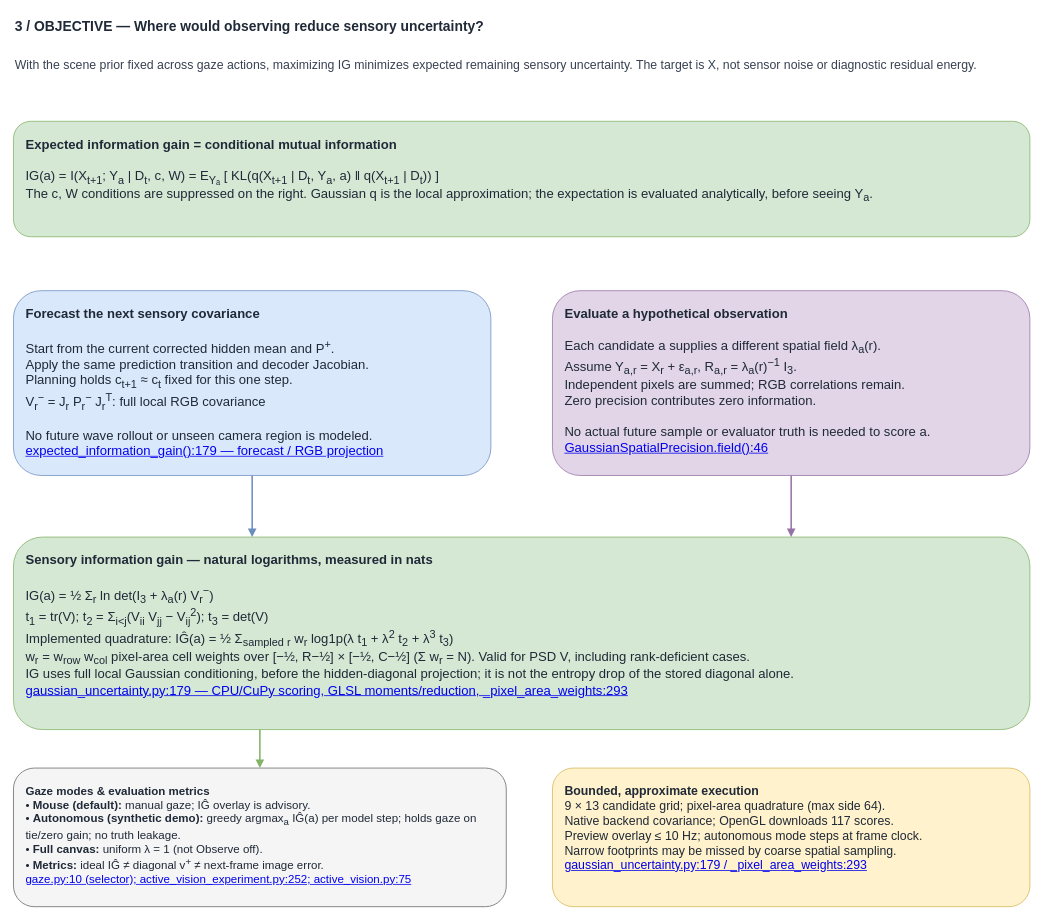
Above: page "3 - Sensory information objective" (3 of 3) of docs/predictive-uncertainty-math.drawio in EternalGoldenBraid/AudioViz (draw.io), before the change. Source tidied: cells renumbered, new cells numbered last; positions are measured from the earlier drawing's top-left corner, leaving out a move shared by most shapes. Both pictures are drawn from the tidied source at 77%, with x=0, y=0 at pixel (13, 13).
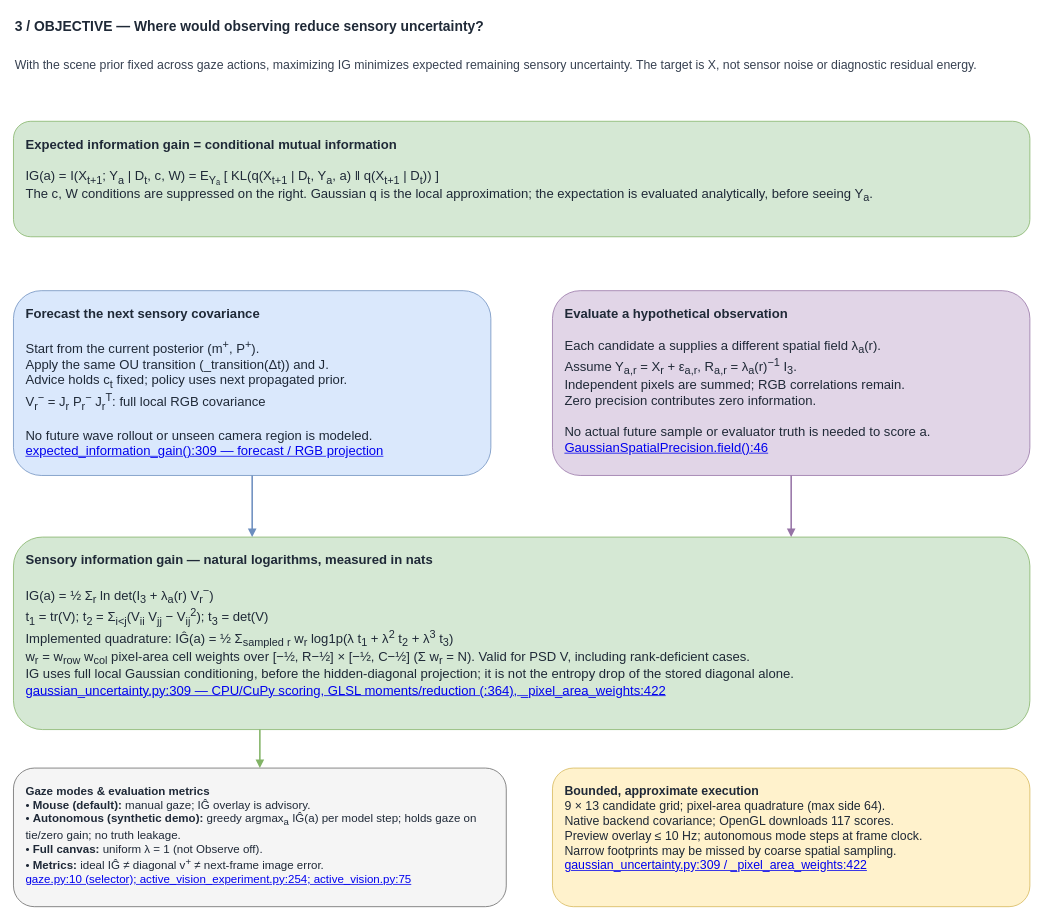
The same diagram, later.

Commit message (it also covers changes not shown here):
Active vision: sync docs and diagram for consistent temporal Gaussian filter

The edit, as a diff of the source:
```diff
@@
 <mxGraphModel background="#ffffff">
   <root>
     <mxCell id="0" />
     <mxCell id="1" parent="0" />
     <mxCell id="2" value="3 / OBJECTIVE — Where would observing reduce sensory uncertainty?" style="text;whiteSpace=wrap;html=1;fontSize=18;fontStyle=1;align=left;fontColor=#1f2937;" parent="1" vertex="1">
       <mxGeometry width="1320" height="40" as="geometry" />
     </mxCell>
     <mxCell id="3" value="With the scene prior fixed across gaze actions, maximizing IG minimizes expected remaining sensory uncertainty. The target is X, not sensor noise or diagnostic residual energy." style="text;whiteSpace=wrap;html=1;fontSize=16;align=left;fontColor=#374151;" parent="1" vertex="1">
       <mxGeometry y="50" width="1320" height="50" as="geometry" />
     </mxCell>
     <mxCell id="4" value="&lt;b&gt;Expected information gain = conditional mutual information&lt;/b&gt;&lt;br&gt;&lt;br&gt;IG(a) = I(X&lt;sub&gt;t+1&lt;/sub&gt;; Y&lt;sub&gt;a&lt;/sub&gt; | D&lt;sub&gt;t&lt;/sub&gt;, c, W) = E&lt;sub&gt;Yₐ&lt;/sub&gt; [ KL(q(X&lt;sub&gt;t+1&lt;/sub&gt; | D&lt;sub&gt;t&lt;/sub&gt;, Y&lt;sub&gt;a&lt;/sub&gt;, a) ‖ q(X&lt;sub&gt;t+1&lt;/sub&gt; | D&lt;sub&gt;t&lt;/sub&gt;)) ]&lt;br&gt;The c, W conditions are suppressed on the right. Gaussian q is the local approximation; the expectation is evaluated analytically, before seeing Y&lt;sub&gt;a&lt;/sub&gt;." style="rounded=1;whiteSpace=wrap;html=1;fillColor=#d5e8d4;strokeColor=#82b366;fontColor=#1f2937;fontSize=17;align=left;verticalAlign=top;spacing=16;" parent="1" vertex="1">
       <mxGeometry y="140" width="1320" height="150" as="geometry" />
     </mxCell>
-    <mxCell id="5" value="&lt;b&gt;Forecast the next sensory covariance&lt;/b&gt;&lt;br&gt;&lt;br&gt;Start from the current corrected hidden mean and P&lt;sup&gt;+&lt;/sup&gt;.&lt;br&gt;Apply the same prediction transition and decoder Jacobian.&lt;br&gt;Planning holds c&lt;sub&gt;t+1&lt;/sub&gt; ≈ c&lt;sub&gt;t&lt;/sub&gt; fixed for this one step.&lt;br&gt;V&lt;sub&gt;r&lt;/sub&gt;&lt;sup&gt;−&lt;/sup&gt; = J&lt;sub&gt;r&lt;/sub&gt; P&lt;sub&gt;r&lt;/sub&gt;&lt;sup&gt;−&lt;/sup&gt; J&lt;sub&gt;r&lt;/sub&gt;&lt;sup&gt;T&lt;/sup&gt;: full local RGB covariance&lt;br&gt;&lt;br&gt;No future wave rollout or unseen camera region is modeled.&lt;br&gt;&lt;a href=&quot;vscode://file/home/nicklas/Projects/AudioViz/src/audioviz/readouts/gaussian_uncertainty.py:179:1&quot;&gt;expected_information_gain():179 — forecast / RGB projection&lt;/a&gt;" style="rounded=1;whiteSpace=wrap;html=1;fillColor=#dae8fc;strokeColor=#6c8ebf;fontColor=#1f2937;fontSize=17;align=left;verticalAlign=top;spacing=16;" parent="1" vertex="1">
+    <mxCell id="5" value="&lt;b&gt;Forecast the next sensory covariance&lt;/b&gt;&lt;br&gt;&lt;br&gt;Start from the current posterior (m&lt;sup&gt;+&lt;/sup&gt;, P&lt;sup&gt;+&lt;/sup&gt;).&lt;br&gt;Apply the same OU transition (_transition(Δt)) and J.&lt;br&gt;Advice holds c&lt;sub&gt;t&lt;/sub&gt; fixed; policy uses next propagated prior.&lt;br&gt;V&lt;sub&gt;r&lt;/sub&gt;&lt;sup&gt;−&lt;/sup&gt; = J&lt;sub&gt;r&lt;/sub&gt; P&lt;sub&gt;r&lt;/sub&gt;&lt;sup&gt;−&lt;/sup&gt; J&lt;sub&gt;r&lt;/sub&gt;&lt;sup&gt;T&lt;/sup&gt;: full local RGB covariance&lt;br&gt;&lt;br&gt;No future wave rollout or unseen camera region is modeled.&lt;br&gt;&lt;a href=&quot;vscode://file/home/nicklas/Projects/AudioViz/src/audioviz/readouts/gaussian_uncertainty.py:309:1&quot;&gt;expected_information_gain():309 — forecast / RGB projection&lt;/a&gt;" style="rounded=1;whiteSpace=wrap;html=1;fillColor=#dae8fc;strokeColor=#6c8ebf;fontColor=#1f2937;fontSize=17;align=left;verticalAlign=top;spacing=16;" parent="1" vertex="1">
       <mxGeometry y="360" width="620" height="240" as="geometry" />
     </mxCell>
     <mxCell id="6" value="&lt;b&gt;Evaluate a hypothetical observation&lt;/b&gt;&lt;br&gt;&lt;br&gt;Each candidate a supplies a different spatial field λ&lt;sub&gt;a&lt;/sub&gt;(r).&lt;br&gt;Assume Y&lt;sub&gt;a,r&lt;/sub&gt; = X&lt;sub&gt;r&lt;/sub&gt; + ε&lt;sub&gt;a,r&lt;/sub&gt;, R&lt;sub&gt;a,r&lt;/sub&gt; = λ&lt;sub&gt;a&lt;/sub&gt;(r)&lt;sup&gt;−1&lt;/sup&gt; I&lt;sub&gt;3&lt;/sub&gt;.&lt;br&gt;Independent pixels are summed; RGB correlations remain.&lt;br&gt;Zero precision contributes zero information.&lt;br&gt;&lt;br&gt;No actual future sample or evaluator truth is needed to score a.&lt;br&gt;&lt;a href=&quot;vscode://file/home/nicklas/Projects/AudioViz/src/audioviz/readouts/spatial_precision.py:46:1&quot;&gt;GaussianSpatialPrecision.field():46&lt;/a&gt;" style="rounded=1;whiteSpace=wrap;html=1;fillColor=#e1d5e7;strokeColor=#9673a6;fontColor=#1f2937;fontSize=17;align=left;verticalAlign=top;spacing=16;" parent="1" vertex="1">
       <mxGeometry x="700" y="360" width="620" height="240" as="geometry" />
     </mxCell>
-    <mxCell id="7" value="&lt;b&gt;Sensory information gain — natural logarithms, measured in nats&lt;/b&gt;&lt;br&gt;&lt;br&gt;IG(a) = ½ Σ&lt;sub&gt;r&lt;/sub&gt; ln det(I&lt;sub&gt;3&lt;/sub&gt; + λ&lt;sub&gt;a&lt;/sub&gt;(r) V&lt;sub&gt;r&lt;/sub&gt;&lt;sup&gt;−&lt;/sup&gt;)&lt;br&gt;t&lt;sub&gt;1&lt;/sub&gt; = tr(V); t&lt;sub&gt;2&lt;/sub&gt; = Σ&lt;sub&gt;i&amp;lt;j&lt;/sub&gt;(V&lt;sub&gt;ii&lt;/sub&gt; V&lt;sub&gt;jj&lt;/sub&gt; − V&lt;sub&gt;ij&lt;/sub&gt;&lt;sup&gt;2&lt;/sup&gt;); t&lt;sub&gt;3&lt;/sub&gt; = det(V)&lt;br&gt;Implemented quadrature: IĜ(a) = ½ Σ&lt;sub&gt;sampled r&lt;/sub&gt; w&lt;sub&gt;r&lt;/sub&gt; log1p(λ t&lt;sub&gt;1&lt;/sub&gt; + λ&lt;sup&gt;2&lt;/sup&gt; t&lt;sub&gt;2&lt;/sub&gt; + λ&lt;sup&gt;3&lt;/sup&gt; t&lt;sub&gt;3&lt;/sub&gt;)&lt;br&gt;w&lt;sub&gt;r&lt;/sub&gt; = w&lt;sub&gt;row&lt;/sub&gt; w&lt;sub&gt;col&lt;/sub&gt; pixel-area cell weights over [−½, R−½] × [−½, C−½] (Σ w&lt;sub&gt;r&lt;/sub&gt; = N). Valid for PSD V, including rank-deficient cases.&lt;br&gt;IG uses full local Gaussian conditioning, before the hidden-diagonal projection; it is not the entropy drop of the stored diagonal alone.&lt;br&gt;&lt;a href=&quot;vscode://file/home/nicklas/Projects/AudioViz/src/audioviz/readouts/gaussian_uncertainty.py:179:1&quot;&gt;gaussian_uncertainty.py:179 — CPU/CuPy scoring, GLSL moments/reduction, _pixel_area_weights:293&lt;/a&gt;" style="rounded=1;whiteSpace=wrap;html=1;fillColor=#d5e8d4;strokeColor=#82b366;fontColor=#1f2937;fontSize=17;align=left;verticalAlign=top;spacing=16;" parent="1" vertex="1">
+    <mxCell id="7" value="&lt;b&gt;Sensory information gain — natural logarithms, measured in nats&lt;/b&gt;&lt;br&gt;&lt;br&gt;IG(a) = ½ Σ&lt;sub&gt;r&lt;/sub&gt; ln det(I&lt;sub&gt;3&lt;/sub&gt; + λ&lt;sub&gt;a&lt;/sub&gt;(r) V&lt;sub&gt;r&lt;/sub&gt;&lt;sup&gt;−&lt;/sup&gt;)&lt;br&gt;t&lt;sub&gt;1&lt;/sub&gt; = tr(V); t&lt;sub&gt;2&lt;/sub&gt; = Σ&lt;sub&gt;i&amp;lt;j&lt;/sub&gt;(V&lt;sub&gt;ii&lt;/sub&gt; V&lt;sub&gt;jj&lt;/sub&gt; − V&lt;sub&gt;ij&lt;/sub&gt;&lt;sup&gt;2&lt;/sup&gt;); t&lt;sub&gt;3&lt;/sub&gt; = det(V)&lt;br&gt;Implemented quadrature: IĜ(a) = ½ Σ&lt;sub&gt;sampled r&lt;/sub&gt; w&lt;sub&gt;r&lt;/sub&gt; log1p(λ t&lt;sub&gt;1&lt;/sub&gt; + λ&lt;sup&gt;2&lt;/sup&gt; t&lt;sub&gt;2&lt;/sub&gt; + λ&lt;sup&gt;3&lt;/sup&gt; t&lt;sub&gt;3&lt;/sub&gt;)&lt;br&gt;w&lt;sub&gt;r&lt;/sub&gt; = w&lt;sub&gt;row&lt;/sub&gt; w&lt;sub&gt;col&lt;/sub&gt; pixel-area cell weights over [−½, R−½] × [−½, C−½] (Σ w&lt;sub&gt;r&lt;/sub&gt; = N). Valid for PSD V, including rank-deficient cases.&lt;br&gt;IG uses full local Gaussian conditioning, before the hidden-diagonal projection; it is not the entropy drop of the stored diagonal alone.&lt;br&gt;&lt;a href=&quot;vscode://file/home/nicklas/Projects/AudioViz/src/audioviz/readouts/gaussian_uncertainty.py:309:1&quot;&gt;gaussian_uncertainty.py:309 — CPU/CuPy scoring, GLSL moments/reduction (:364), _pixel_area_weights:422&lt;/a&gt;" style="rounded=1;whiteSpace=wrap;html=1;fillColor=#d5e8d4;strokeColor=#82b366;fontColor=#1f2937;fontSize=17;align=left;verticalAlign=top;spacing=16;" parent="1" vertex="1">
       <mxGeometry y="680" width="1320" height="250" as="geometry" />
     </mxCell>
-    <mxCell id="8" value="&lt;b&gt;Gaze modes &amp;amp; evaluation metrics&lt;/b&gt;&lt;br&gt;• &lt;b&gt;Mouse (default):&lt;/b&gt; manual gaze; IĜ overlay is advisory.&lt;br&gt;• &lt;b&gt;Autonomous (synthetic demo):&lt;/b&gt; greedy argmax&lt;sub&gt;a&lt;/sub&gt; IĜ(a) per model step; holds gaze on tie/zero gain; no truth leakage.&lt;br&gt;• &lt;b&gt;Full canvas:&lt;/b&gt; uniform λ = 1 (not Observe off).&lt;br&gt;• &lt;b&gt;Metrics:&lt;/b&gt; ideal IĜ ≠ diagonal v&lt;sup&gt;+&lt;/sup&gt; ≠ next-frame image error.&lt;br&gt;&lt;a href=&quot;vscode://file/home/nicklas/Projects/AudioViz/src/audioviz/sources/gaze.py:10:1&quot;&gt;gaze.py:10 (selector); active_vision_experiment.py:252; active_vision.py:75&lt;/a&gt;" style="rounded=1;whiteSpace=wrap;html=1;fillColor=#f5f5f5;strokeColor=#666666;fontColor=#1f2937;fontSize=15;align=left;verticalAlign=top;spacing=16;" parent="1" vertex="1">
+    <mxCell id="8" value="&lt;b&gt;Gaze modes &amp;amp; evaluation metrics&lt;/b&gt;&lt;br&gt;• &lt;b&gt;Mouse (default):&lt;/b&gt; manual gaze; IĜ overlay is advisory.&lt;br&gt;• &lt;b&gt;Autonomous (synthetic demo):&lt;/b&gt; greedy argmax&lt;sub&gt;a&lt;/sub&gt; IĜ(a) per model step; holds gaze on tie/zero gain; no truth leakage.&lt;br&gt;• &lt;b&gt;Full canvas:&lt;/b&gt; uniform λ = 1 (not Observe off).&lt;br&gt;• &lt;b&gt;Metrics:&lt;/b&gt; ideal IĜ ≠ diagonal v&lt;sup&gt;+&lt;/sup&gt; ≠ next-frame image error.&lt;br&gt;&lt;a href=&quot;vscode://file/home/nicklas/Projects/AudioViz/src/audioviz/sources/gaze.py:10:1&quot;&gt;gaze.py:10 (selector); active_vision_experiment.py:254; active_vision.py:75&lt;/a&gt;" style="rounded=1;whiteSpace=wrap;html=1;fillColor=#f5f5f5;strokeColor=#666666;fontColor=#1f2937;fontSize=15;align=left;verticalAlign=top;spacing=16;" parent="1" vertex="1">
       <mxGeometry y="980" width="640" height="180" as="geometry" />
     </mxCell>
-    <mxCell id="9" value="&lt;b&gt;Bounded, approximate execution&lt;/b&gt;&lt;br&gt;9 × 13 candidate grid; pixel-area quadrature (max side 64).&lt;br&gt;Native backend covariance; OpenGL downloads 117 scores.&lt;br&gt;Preview overlay ≤ 10 Hz; autonomous mode steps at frame clock.&lt;br&gt;Narrow footprints may be missed by coarse spatial sampling.&lt;br&gt;&lt;a href=&quot;vscode://file/home/nicklas/Projects/AudioViz/src/audioviz/readouts/gaussian_uncertainty.py:179:1&quot;&gt;gaussian_uncertainty.py:179 / _pixel_area_weights:293&lt;/a&gt;" style="rounded=1;whiteSpace=wrap;html=1;fillColor=#fff2cc;strokeColor=#d6b656;fontColor=#1f2937;fontSize=16;align=left;verticalAlign=top;spacing=16;" parent="1" vertex="1">
+    <mxCell id="9" value="&lt;b&gt;Bounded, approximate execution&lt;/b&gt;&lt;br&gt;9 × 13 candidate grid; pixel-area quadrature (max side 64).&lt;br&gt;Native backend covariance; OpenGL downloads 117 scores.&lt;br&gt;Preview overlay ≤ 10 Hz; autonomous mode steps at frame clock.&lt;br&gt;Narrow footprints may be missed by coarse spatial sampling.&lt;br&gt;&lt;a href=&quot;vscode://file/home/nicklas/Projects/AudioViz/src/audioviz/readouts/gaussian_uncertainty.py:309:1&quot;&gt;gaussian_uncertainty.py:309 / _pixel_area_weights:422&lt;/a&gt;" style="rounded=1;whiteSpace=wrap;html=1;fillColor=#fff2cc;strokeColor=#d6b656;fontColor=#1f2937;fontSize=16;align=left;verticalAlign=top;spacing=16;" parent="1" vertex="1">
       <mxGeometry x="700" y="980" width="620" height="180" as="geometry" />
     </mxCell>
     <mxCell id="10" style="edgeStyle=orthogonalEdgeStyle;html=1;strokeColor=#6c8ebf;strokeWidth=2;endArrow=block;exitX=0.5;exitY=1;entryX=0.23485;entryY=0;" parent="1" edge="1" source="5" target="7">
       <mxGeometry relative="1" as="geometry" />
     </mxCell>
     <mxCell id="11" style="edgeStyle=orthogonalEdgeStyle;html=1;strokeColor=#9673a6;strokeWidth=2;endArrow=block;exitX=0.5;exitY=1;entryX=0.76515;entryY=0;" parent="1" edge="1" source="6" target="7">
       <mxGeometry relative="1" as="geometry" />
     </mxCell>
     <mxCell id="12" style="edgeStyle=orthogonalEdgeStyle;html=1;strokeColor=#82b366;strokeWidth=2;endArrow=block;exitX=0.24242;exitY=1;entryX=0.5;entryY=0;" parent="1" edge="1" source="7" target="8">
       <mxGeometry relative="1" as="geometry" />
     </mxCell>
   </root>
 </mxGraphModel>
```
